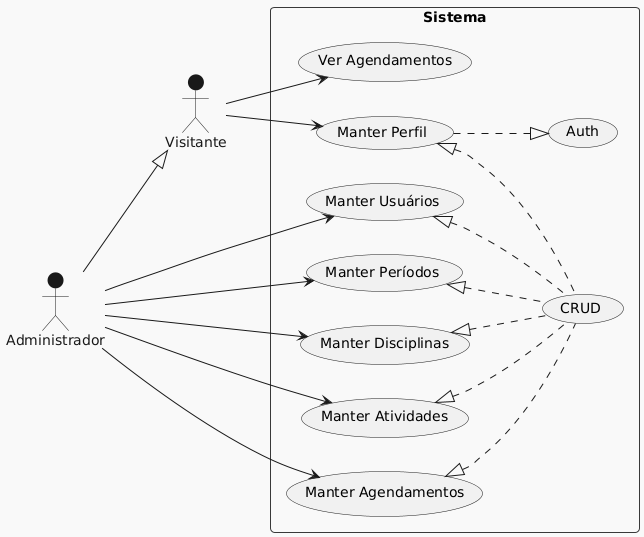
The PlantUML diagram docs/casos-de-uso.png in hctorres02/curso-php, before a commit.
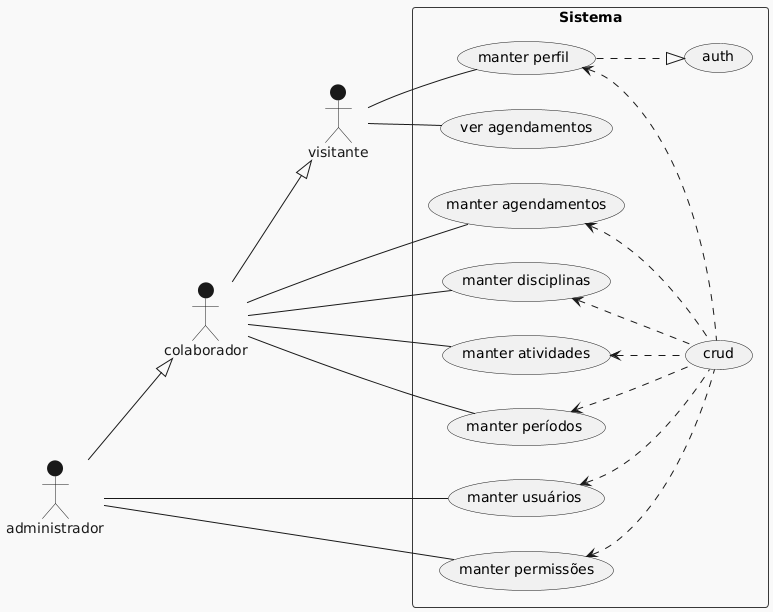
After the commit.

Commit message:
Aprimora casos de uso

What changed in the source:
```diff
@@ -1,35 +1,44 @@
 @startuml
 !theme mars
+
 left to right direction
-actor Visitante
-actor Administrador
 
-rectangle "Sistema" {
-  usecase "Ver Agendamentos" as UC1
-  usecase "Manter Perfil" as UC2
-  usecase "Manter Usuários" as UC3
-  usecase "Manter Períodos" as UC4
-  usecase "Manter Disciplinas" as UC5
-  usecase "Manter Atividades" as UC6
-  usecase "Manter Agendamentos" as UC7
-  usecase "CRUD" as UC8
-  usecase "Auth" as UC9
+actor administrador
+actor colaborador
+actor visitante
 
-  UC2 <|.. UC8 <<extends>>
-  UC3 <|.. UC8 <<extends>>
-  UC4 <|.. UC8 <<extends>>
-  UC5 <|.. UC8 <<extends>>
-  UC6 <|.. UC8 <<extends>>
-  UC7 <|.. UC8 <<extends>>
-  UC2 ..|> UC9 <<implements>>
+rectangle Sistema {
+ usecase "crud" as crud
+ usecase "auth" as auth
+ usecase "ver agendamentos" as ver_agendamentos
+ usecase "manter perfil" as manter_perfil
+ usecase "manter agendamentos" as manter_agendamentos
+ usecase "manter disciplinas" as manter_disciplinas
+ usecase "manter atividades" as manter_atividades
+ usecase "manter períodos" as manter_periodos
+ usecase "manter usuários" as manter_usuarios
+ usecase "manter permissões" as manter_permissoes
+
+ manter_perfil ..|> auth
+ manter_perfil <.. crud
+ manter_agendamentos <.. crud
+ manter_disciplinas <.. crud
+ manter_atividades <.. crud
+ manter_periodos <.. crud
+ manter_usuarios <.. crud
+ manter_permissoes <.. crud
 }
 
-Visitante --> UC1
-Visitante --> UC2
-Administrador --|> Visitante <<extends>>
-Administrador --> UC3
-Administrador --> UC4
-Administrador --> UC5
-Administrador --> UC6
-Administrador --> UC7
+visitante -- ver_agendamentos
+visitante -- manter_perfil
+
+colaborador --|> visitante
+colaborador -- manter_agendamentos
+colaborador -- manter_disciplinas
+colaborador -- manter_atividades
+colaborador -- manter_periodos
+
+administrador --|> colaborador
+administrador -- manter_usuarios
+administrador -- manter_permissoes
 @enduml
```
